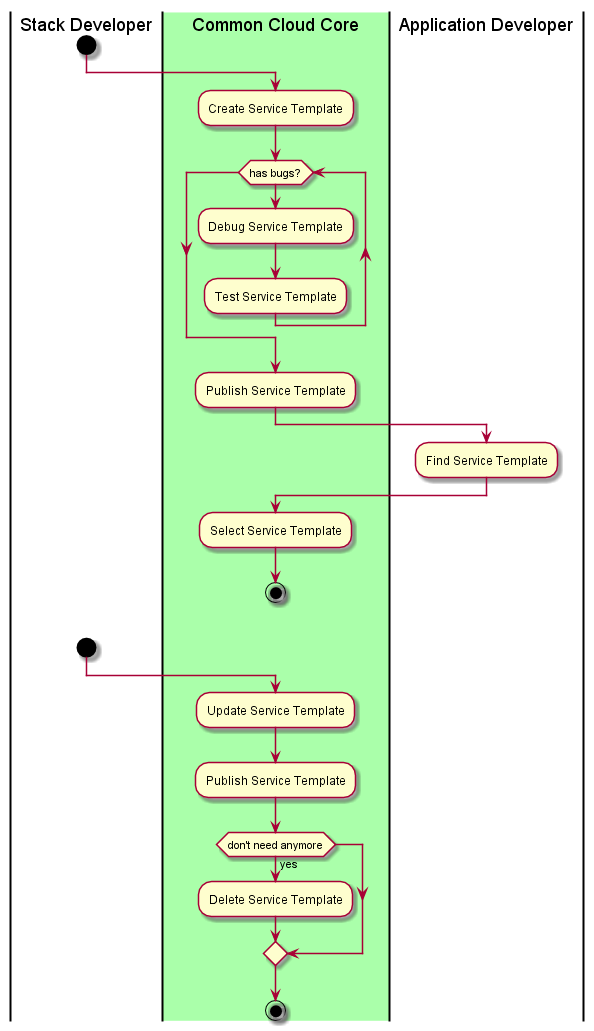
Above: docs/UseCases/Manage-Service-Template/Activities.png in CAADE/C3 (PlantUML), before the change. Its diagram source:
```plantuml
@startuml
|Stack Developer|
start
|#aaffaa|Common Cloud Core|
:Create Service Template;
while(has bugs?)
:Debug Service Template;
:Test Service Template;
endwhile
:Publish Service Template;
|Application Developer|
:Find Service Template;
|Common Cloud Core|
:Select Service Template;
stop
|Stack Developer|
start
|Common Cloud Core|
:Update Service Template;
:Publish Service Template;
if(don't need anymore) then (yes)
:Delete Service Template;
endif
stop
@enduml
```
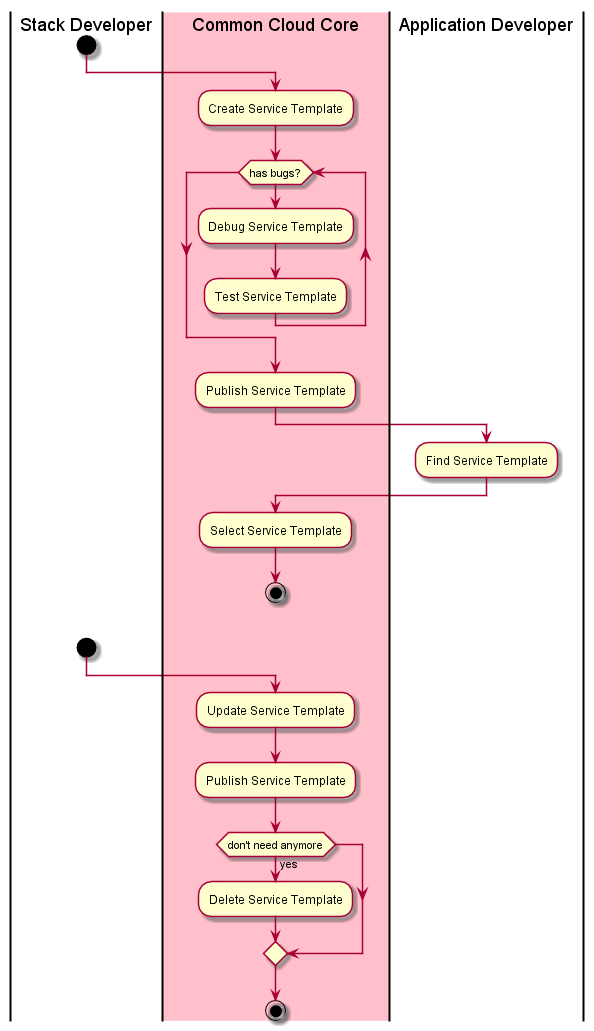
Later version of the same file.

What changed in the source:
```diff
@@ -1,7 +1,7 @@
 @startuml
 |Stack Developer|
 start
-|#aaffaa|Common Cloud Core|
+|#pink|Common Cloud Core|
 :Create Service Template;
 while(has bugs?)
 :Debug Service Template;
```
